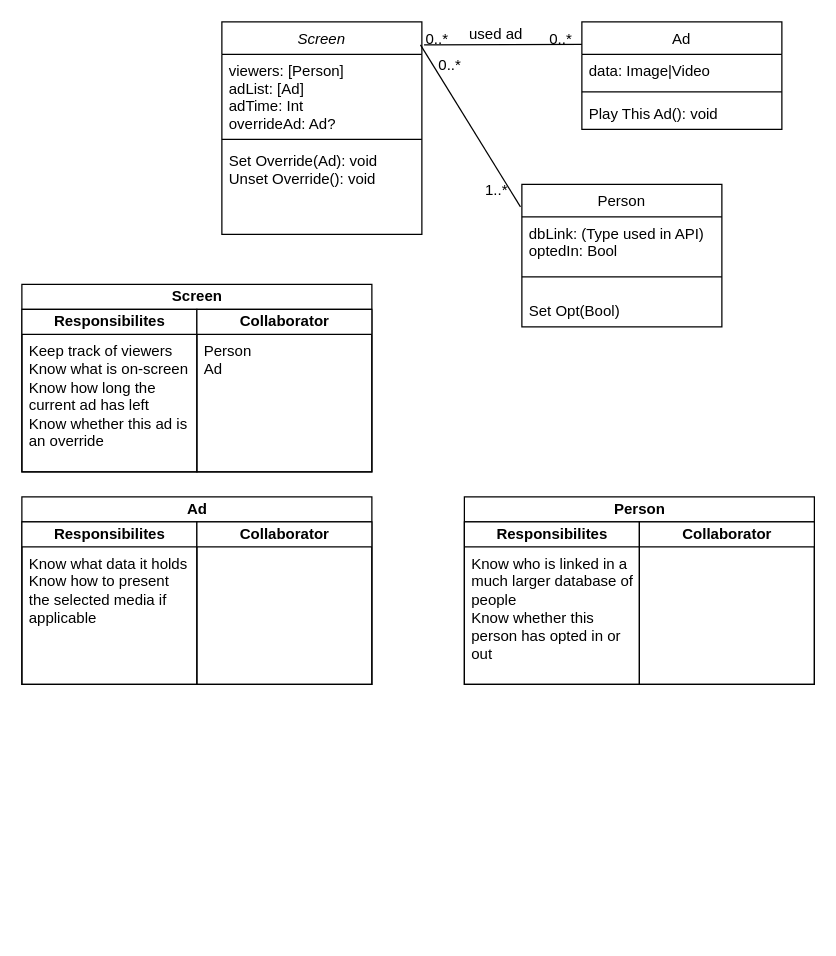
This is class-diagram.drawio from pseud0n/sepp-diagrams, a draw.io file, before an edit. Source tidied: cells renumbered, new cells numbered last; positions are measured from the earlier drawing's top-left corner, leaving out a move shared by most shapes. Both pictures are drawn from the tidied source at 125%, with x=0, y=0 at pixel (21, 21).
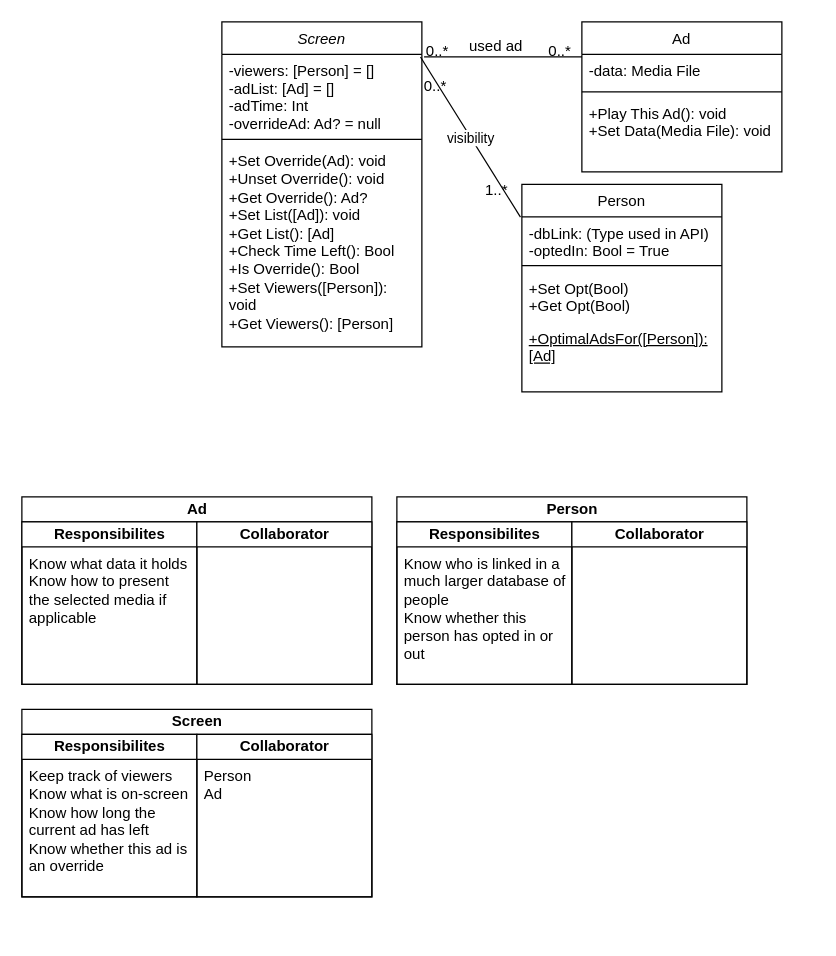
Above is the later version.

The edit, as a diff of the source:
```diff
@@
     <mxCell id="2" value="Screen" style="swimlane;fontStyle=2;align=center;verticalAlign=top;horizontal=1;startSize=26;rounded=0;shadow=0;strokeWidth=1;" parent="1" vertex="1">
-      <mxGeometry x="160" width="160" height="170" as="geometry" />
+      <mxGeometry x="160" width="160" height="260" as="geometry" />
     </mxCell>
-    <mxCell id="3" value="viewers: [Person]&#10;adList: [Ad]&#10;adTime: Int&#10;overrideAd: Ad?&#10;" style="text;align=left;verticalAlign=top;spacingLeft=4;spacingRight=4;overflow=hidden;" parent="2" vertex="1">
+    <mxCell id="3" value="-viewers: [Person] = []&#10;-adList: [Ad] = []&#10;-adTime: Int&#10;-overrideAd: Ad? = null&#10;" style="text;align=left;verticalAlign=top;spacingLeft=4;spacingRight=4;overflow=hidden;" parent="2" vertex="1">
       <mxGeometry y="26" width="160" height="64" as="geometry" />
     </mxCell>
@@
-    <mxCell id="5" value="Set Override(Ad): void&lt;br&gt;Unset Override(): void&lt;div&gt;&lt;br&gt;&lt;br&gt;&lt;/div&gt;" style="text;html=1;strokeColor=none;fillColor=none;align=left;verticalAlign=top;whiteSpace=wrap;rounded=0;spacingLeft=4;spacingRight=4;" parent="2" vertex="1">
-      <mxGeometry y="98" width="160" height="48" as="geometry" />
+    <mxCell id="5" value="+Set Override(Ad): void&lt;br&gt;&lt;div&gt;+Unset Override(): void&lt;/div&gt;&lt;div&gt;+Get Override(): Ad?&lt;br&gt;&lt;/div&gt;&lt;div&gt;+Set List([Ad]): void&lt;/div&gt;&lt;div&gt;+Get List(): [Ad]&lt;/div&gt;&lt;div&gt;+Check Time Left(): Bool&lt;/div&gt;&lt;div&gt;+Is Override(): Bool&lt;/div&gt;&lt;div&gt;+Set Viewers([Person]): void&lt;/div&gt;&lt;div&gt;+Get Viewers(): [Person]&lt;br&gt;&lt;/div&gt;" style="text;html=1;strokeColor=none;fillColor=none;align=left;verticalAlign=top;whiteSpace=wrap;rounded=0;spacingLeft=4;spacingRight=4;" parent="2" vertex="1">
+      <mxGeometry y="98" width="160" height="162" as="geometry" />
     </mxCell>
     <mxCell id="6" value="Ad" style="swimlane;fontStyle=0;align=center;verticalAlign=top;horizontal=1;startSize=26;rounded=0;shadow=0;strokeWidth=1;" parent="1" vertex="1">
-      <mxGeometry x="448" width="160" height="86" as="geometry" />
+      <mxGeometry x="448" width="160" height="120" as="geometry" />
     </mxCell>
-    <mxCell id="7" value="data: Image|Video" style="text;align=left;verticalAlign=top;spacingLeft=4;spacingRight=4;overflow=hidden;" parent="6" vertex="1">
+    <mxCell id="7" value="-data: Media File" style="text;align=left;verticalAlign=top;spacingLeft=4;spacingRight=4;overflow=hidden;" parent="6" vertex="1">
       <mxGeometry y="26" width="160" height="26" as="geometry" />
     </mxCell>
@@
-    <mxCell id="9" value="Play This Ad(): void" style="text;align=left;verticalAlign=top;spacingLeft=4;spacingRight=4;overflow=hidden;" parent="6" vertex="1">
-      <mxGeometry y="60" width="160" height="26" as="geometry" />
+    <mxCell id="9" value="+Play This Ad(): void&#10;+Set Data(Media File): void&#10;" style="text;align=left;verticalAlign=top;spacingLeft=4;spacingRight=4;overflow=hidden;" parent="6" vertex="1">
+      <mxGeometry y="60" width="160" height="60" as="geometry" />
     </mxCell>
@@
     <mxCell id="14" value="Person" style="swimlane;fontStyle=0;align=center;verticalAlign=top;horizontal=1;startSize=26;rounded=0;shadow=0;strokeWidth=1;" parent="1" vertex="1">
-      <mxGeometry x="400" y="130" width="160" height="114" as="geometry" />
+      <mxGeometry x="400" y="130" width="160" height="166" as="geometry" />
     </mxCell>
-    <mxCell id="15" value="dbLink: (Type used in API)&#10;optedIn: Bool&#10;" style="text;align=left;verticalAlign=top;spacingLeft=4;spacingRight=4;overflow=hidden;" parent="14" vertex="1">
+    <mxCell id="15" value="-dbLink: (Type used in API)&#10;-optedIn: Bool = True&#10;" style="text;align=left;verticalAlign=top;spacingLeft=4;spacingRight=4;overflow=hidden;" parent="14" vertex="1">
       <mxGeometry y="26" width="160" height="34" as="geometry" />
     </mxCell>
     <mxCell id="16" style="line;html=1;strokeWidth=1;align=left;verticalAlign=middle;spacingTop=-1;spacingLeft=3;spacingRight=3;labelPosition=right;" parent="14" vertex="1">
-      <mxGeometry y="60" width="160" height="28" as="geometry" />
+      <mxGeometry y="60" width="160" height="10" as="geometry" />
     </mxCell>
-    <mxCell id="17" value="Set Opt(Bool)" style="text;align=left;verticalAlign=top;spacingLeft=4;spacingRight=4;overflow=hidden;" parent="14" vertex="1">
-      <mxGeometry y="88" width="160" height="26" as="geometry" />
+    <mxCell id="17" value="+Set Opt(Bool)&#10;+Get Opt(Bool)&#10;&#10;" style="text;align=left;verticalAlign=top;spacingLeft=4;spacingRight=4;overflow=hidden;" parent="14" vertex="1">
+      <mxGeometry y="70" width="160" height="40" as="geometry" />
     </mxCell>
+    <mxCell id="34" value="&lt;u&gt;+OptimalAdsFor([Person]): [Ad]&lt;/u&gt;" style="text;html=1;strokeColor=none;fillColor=none;align=left;verticalAlign=top;whiteSpace=wrap;rounded=0;labelBackgroundColor=none;fontColor=default;spacingLeft=4;spacingRight=4;" parent="14" vertex="1">
+      <mxGeometry y="110" width="160" height="50" as="geometry" />
+    </mxCell>
-    <mxCell id="18" style="endArrow=none;html=1;rounded=0;exitX=0.993;exitY=0.108;exitDx=0;exitDy=0;exitPerimeter=0;entryX=-0.007;entryY=0.158;entryDx=0;entryDy=0;entryPerimeter=0;elbow=vertical;endFill=0;" parent="1" edge="1" source="2" target="14">
+    <mxCell id="18" value="visibility" style="endArrow=none;html=1;rounded=0;exitX=0.993;exitY=0.108;exitDx=0;exitDy=0;exitPerimeter=0;entryX=-0.007;entryY=0.158;entryDx=0;entryDy=0;entryPerimeter=0;elbow=vertical;endFill=0;" parent="1" edge="1" source="2" target="14">
       <mxGeometry relative="1" as="geometry" />
     </mxCell>
     <mxCell id="19" value="0..*" style="align=left;verticalAlign=bottom;labelBackgroundColor=none;fontSize=12;" parent="1" vertex="1">
-      <mxGeometry x="331.7" y="43" as="geometry" />
+      <mxGeometry x="320" y="60" as="geometry" />
     </mxCell>
@@
-    <mxCell id="21" value="Screen" style="swimlane;startSize=20;html=1;" parent="1" vertex="1">
-      <mxGeometry y="210" width="280" height="150" as="geometry" />
-    </mxCell>
-    <mxCell id="22" value="Responsibilites" style="swimlane;startSize=20;html=1;" parent="21" vertex="1">
-      <mxGeometry y="20" width="140" height="130" as="geometry" />
-    </mxCell>
-    <mxCell id="23" value="Collaborator" style="swimlane;startSize=20;html=1;swimlaneLine=1;gradientColor=none;fillColor=default;" parent="21" vertex="1">
-      <mxGeometry x="140" y="20" width="140" height="130" as="geometry" />
-    </mxCell>
-    <mxCell id="24" value="&lt;div&gt;Person&lt;/div&gt;&lt;div&gt;Ad&lt;/div&gt;&lt;div&gt;&lt;br&gt;&lt;/div&gt;" style="text;html=1;strokeColor=none;fillColor=none;align=left;verticalAlign=top;whiteSpace=wrap;rounded=0;spacingLeft=4;spacingRight=4;" parent="23" vertex="1">
-      <mxGeometry y="20" width="140" height="140" as="geometry" />
-    </mxCell>
-    <mxCell id="25" value="&lt;div&gt;Keep track of viewers&lt;/div&gt;&lt;div&gt;Know what is on-screen&lt;/div&gt;&lt;div&gt;Know how long the current ad has left&lt;/div&gt;&lt;div&gt;Know whether this ad is an override&lt;br&gt;&lt;/div&gt;" style="text;html=1;strokeColor=none;fillColor=none;align=left;verticalAlign=top;whiteSpace=wrap;rounded=0;spacingLeft=4;spacingRight=4;" parent="1" vertex="1">
-      <mxGeometry y="250" width="140" height="140" as="geometry" />
-    </mxCell>
@@
     <mxCell id="30" value="Person" style="swimlane;startSize=20;html=1;" parent="1" vertex="1">
-      <mxGeometry x="354" y="380" width="280" height="150" as="geometry" />
+      <mxGeometry x="300" y="380" width="280" height="150" as="geometry" />
     </mxCell>
@@
+    <mxCell id="21" value="Screen" style="swimlane;startSize=20;html=1;" parent="1" vertex="1">
+      <mxGeometry y="550" width="280" height="150" as="geometry" />
+    </mxCell>
+    <mxCell id="22" value="Responsibilites" style="swimlane;startSize=20;html=1;" parent="21" vertex="1">
+      <mxGeometry y="20" width="140" height="130" as="geometry" />
+    </mxCell>
+    <mxCell id="23" value="Collaborator" style="swimlane;startSize=20;html=1;swimlaneLine=1;gradientColor=none;fillColor=default;" parent="21" vertex="1">
+      <mxGeometry x="140" y="20" width="140" height="130" as="geometry" />
+    </mxCell>
+    <mxCell id="24" value="&lt;div&gt;Person&lt;/div&gt;&lt;div&gt;Ad&lt;/div&gt;&lt;div&gt;&lt;br&gt;&lt;/div&gt;" style="text;html=1;strokeColor=none;fillColor=none;align=left;verticalAlign=top;whiteSpace=wrap;rounded=0;spacingLeft=4;spacingRight=4;" parent="23" vertex="1">
+      <mxGeometry y="20" width="140" height="140" as="geometry" />
+    </mxCell>
+    <mxCell id="25" value="&lt;div&gt;Keep track of viewers&lt;/div&gt;&lt;div&gt;Know what is on-screen&lt;/div&gt;&lt;div&gt;Know how long the current ad has left&lt;/div&gt;&lt;div&gt;Know whether this ad is an override&lt;br&gt;&lt;/div&gt;" style="text;html=1;strokeColor=none;fillColor=none;align=left;verticalAlign=top;whiteSpace=wrap;rounded=0;spacingLeft=4;spacingRight=4;" parent="1" vertex="1">
+      <mxGeometry y="590" width="140" height="140" as="geometry" />
+    </mxCell>
```
